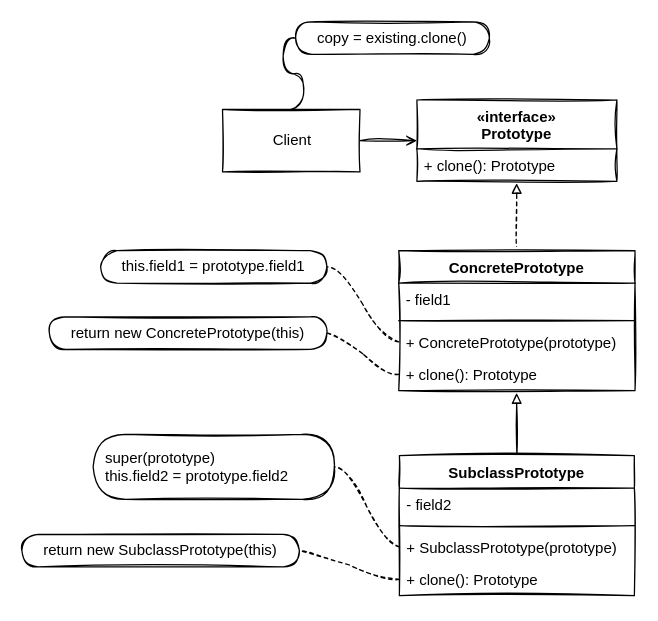
MangoPomelo/DesignPatternPractice keeps this draw.io diagram as page "Standard" (1 of 2) of src/04-Prototype/UML.drawio. Above is the earlier version. Source tidied: cells renumbered, new cells numbered last; positions are measured from the earlier drawing's top-left corner, leaving out a move shared by most shapes. Both pictures are drawn from the tidied source at 125%, with x=0, y=0 at pixel (21, 21).
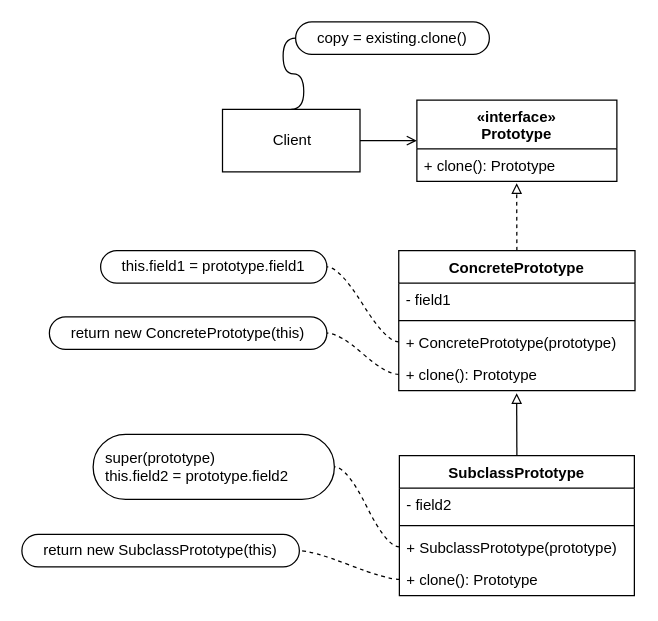
The same diagram, later.

What changed in the source:
```diff
@@
-    <mxCell id="2" style="edgeStyle=none;sketch=1;html=1;exitX=1;exitY=0.5;exitDx=0;exitDy=0;startArrow=none;startFill=0;endArrow=open;endFill=0;" parent="1" edge="1" source="3" target="6">
+    <mxCell id="2" style="edgeStyle=none;html=1;exitX=1;exitY=0.5;exitDx=0;exitDy=0;startArrow=none;startFill=0;endArrow=open;endFill=0;" parent="1" edge="1" source="3" target="6">
       <mxGeometry relative="1" as="geometry" />
     </mxCell>
-    <mxCell id="3" value="Client" style="html=1;sketch=1;" parent="1" vertex="1">
+    <mxCell id="3" value="Client" style="html=1;" parent="1" vertex="1">
       <mxGeometry x="160.5" y="70" width="110" height="50" as="geometry" />
     </mxCell>
-    <mxCell id="4" value="copy = existing.clone()" style="whiteSpace=wrap;html=1;rounded=1;arcSize=50;align=center;verticalAlign=middle;strokeWidth=1;spacing=4;newEdgeStyle={&quot;edgeStyle&quot;:&quot;entityRelationEdgeStyle&quot;,&quot;startArrow&quot;:&quot;none&quot;,&quot;endArrow&quot;:&quot;none&quot;,&quot;segment&quot;:10,&quot;curved&quot;:1};sketch=1;" parent="1" vertex="1">
+    <mxCell id="4" value="copy = existing.clone()" style="whiteSpace=wrap;html=1;rounded=1;arcSize=50;align=center;verticalAlign=middle;strokeWidth=1;spacing=4;newEdgeStyle={&quot;edgeStyle&quot;:&quot;entityRelationEdgeStyle&quot;,&quot;startArrow&quot;:&quot;none&quot;,&quot;endArrow&quot;:&quot;none&quot;,&quot;segment&quot;:10,&quot;curved&quot;:1};" parent="1" vertex="1">
       <mxGeometry x="219" width="155" height="26" as="geometry" />
     </mxCell>
-    <mxCell id="5" style="edgeStyle=entityRelationEdgeStyle;startArrow=none;endArrow=none;segment=10;curved=1;sketch=1;entryX=0;entryY=0.5;entryDx=0;entryDy=0;exitX=0.5;exitY=0;exitDx=0;exitDy=0;" parent="1" edge="1" source="3" target="4">
+    <mxCell id="5" style="edgeStyle=entityRelationEdgeStyle;startArrow=none;endArrow=none;segment=10;curved=1;entryX=0;entryY=0.5;entryDx=0;entryDy=0;exitX=0.5;exitY=0;exitDx=0;exitDy=0;" parent="1" edge="1" source="3" target="4">
       <mxGeometry relative="1" as="geometry" />
     </mxCell>
-    <mxCell id="6" value="«interface»&#10;Prototype" style="swimlane;fontStyle=1;align=center;verticalAlign=top;horizontal=1;startSize=39;sketch=1;" parent="1" vertex="1">
+    <mxCell id="6" value="«interface»&#10;Prototype" style="swimlane;fontStyle=1;align=center;verticalAlign=top;horizontal=1;startSize=39;" parent="1" vertex="1">
       <mxGeometry x="316" y="62.5" width="160" height="65" as="geometry" />
     </mxCell>
-    <mxCell id="7" value="+ clone(): Prototype" style="text;strokeColor=none;fillColor=none;align=left;verticalAlign=top;spacingLeft=4;spacingRight=4;overflow=hidden;points=[[0,0.5],[1,0.5]];portConstraint=eastwest;sketch=1;" parent="6" vertex="1">
+    <mxCell id="7" value="+ clone(): Prototype" style="text;strokeColor=none;fillColor=none;align=left;verticalAlign=top;spacingLeft=4;spacingRight=4;overflow=hidden;points=[[0,0.5],[1,0.5]];portConstraint=eastwest;" parent="6" vertex="1">
       <mxGeometry y="39" width="160" height="26" as="geometry" />
     </mxCell>
-    <mxCell id="8" style="edgeStyle=none;sketch=1;html=1;exitX=0.5;exitY=0;exitDx=0;exitDy=0;entryX=0.499;entryY=1.058;entryDx=0;entryDy=0;entryPerimeter=0;startArrow=none;startFill=0;endArrow=block;endFill=0;dashed=1;" parent="1" edge="1" source="9" target="7">
+    <mxCell id="8" style="edgeStyle=none;html=1;exitX=0.5;exitY=0;exitDx=0;exitDy=0;entryX=0.499;entryY=1.058;entryDx=0;entryDy=0;entryPerimeter=0;startArrow=none;startFill=0;endArrow=block;endFill=0;dashed=1;" parent="1" edge="1" source="9" target="7">
       <mxGeometry relative="1" as="geometry" />
     </mxCell>
-    <mxCell id="9" value="ConcretePrototype" style="swimlane;fontStyle=1;align=center;verticalAlign=top;horizontal=1;startSize=26;sketch=1;" parent="1" vertex="1">
+    <mxCell id="9" value="ConcretePrototype" style="swimlane;fontStyle=1;align=center;verticalAlign=top;horizontal=1;startSize=26;" parent="1" vertex="1">
       <mxGeometry x="301.5" y="183" width="189" height="112" as="geometry" />
     </mxCell>
-    <mxCell id="10" value="- field1" style="text;strokeColor=none;fillColor=none;align=left;verticalAlign=top;spacingLeft=4;spacingRight=4;overflow=hidden;sketch=1;" parent="9" vertex="1">
+    <mxCell id="10" value="- field1" style="text;strokeColor=none;fillColor=none;align=left;verticalAlign=top;spacingLeft=4;spacingRight=4;overflow=hidden;" parent="9" vertex="1">
       <mxGeometry y="26" width="189" height="26" as="geometry" />
     </mxCell>
-    <mxCell id="11" style="line;strokeWidth=1;fillColor=none;align=left;verticalAlign=middle;spacingTop=-1;spacingLeft=3;spacingRight=3;labelPosition=right;sketch=1;" parent="9" vertex="1">
+    <mxCell id="11" style="line;strokeWidth=1;fillColor=none;align=left;verticalAlign=middle;spacingTop=-1;spacingLeft=3;spacingRight=3;labelPosition=right;" parent="9" vertex="1">
       <mxGeometry y="52" width="189" height="8" as="geometry" />
     </mxCell>
-    <mxCell id="12" value="+ ConcretePrototype(prototype)" style="text;strokeColor=none;fillColor=none;align=left;verticalAlign=top;spacingLeft=4;spacingRight=4;overflow=hidden;points=[[0,0.5],[1,0.5]];portConstraint=eastwest;sketch=1;" parent="9" vertex="1">
+    <mxCell id="12" value="+ ConcretePrototype(prototype)" style="text;strokeColor=none;fillColor=none;align=left;verticalAlign=top;spacingLeft=4;spacingRight=4;overflow=hidden;points=[[0,0.5],[1,0.5]];portConstraint=eastwest;" parent="9" vertex="1">
       <mxGeometry y="60" width="189" height="26" as="geometry" />
     </mxCell>
-    <mxCell id="13" value="+ clone(): Prototype" style="text;strokeColor=none;fillColor=none;align=left;verticalAlign=top;spacingLeft=4;spacingRight=4;overflow=hidden;points=[[0,0.5],[1,0.5]];portConstraint=eastwest;sketch=1;" parent="9" vertex="1">
+    <mxCell id="13" value="+ clone(): Prototype" style="text;strokeColor=none;fillColor=none;align=left;verticalAlign=top;spacingLeft=4;spacingRight=4;overflow=hidden;points=[[0,0.5],[1,0.5]];portConstraint=eastwest;" parent="9" vertex="1">
       <mxGeometry y="86" width="189" height="26" as="geometry" />
     </mxCell>
-    <mxCell id="14" value="this.field1 = prototype.field1" style="whiteSpace=wrap;html=1;rounded=1;arcSize=50;align=center;verticalAlign=middle;strokeWidth=1;spacing=4;newEdgeStyle={&quot;edgeStyle&quot;:&quot;entityRelationEdgeStyle&quot;,&quot;startArrow&quot;:&quot;none&quot;,&quot;endArrow&quot;:&quot;none&quot;,&quot;segment&quot;:10,&quot;curved&quot;:1};sketch=1;" parent="1" vertex="1">
+    <mxCell id="14" value="this.field1 = prototype.field1" style="whiteSpace=wrap;html=1;rounded=1;arcSize=50;align=center;verticalAlign=middle;strokeWidth=1;spacing=4;newEdgeStyle={&quot;edgeStyle&quot;:&quot;entityRelationEdgeStyle&quot;,&quot;startArrow&quot;:&quot;none&quot;,&quot;endArrow&quot;:&quot;none&quot;,&quot;segment&quot;:10,&quot;curved&quot;:1};" parent="1" vertex="1">
       <mxGeometry x="63" y="183" width="181" height="26" as="geometry" />
     </mxCell>
-    <mxCell id="15" style="edgeStyle=entityRelationEdgeStyle;startArrow=none;endArrow=none;segment=10;curved=1;dashed=1;sketch=1;exitX=0;exitY=0.5;exitDx=0;exitDy=0;" parent="1" edge="1" source="12" target="14">
+    <mxCell id="15" style="edgeStyle=entityRelationEdgeStyle;startArrow=none;endArrow=none;segment=10;curved=1;dashed=1;exitX=0;exitY=0.5;exitDx=0;exitDy=0;" parent="1" edge="1" source="12" target="14">
       <mxGeometry relative="1" as="geometry" />
     </mxCell>
-    <mxCell id="16" value="return new ConcretePrototype(this)" style="whiteSpace=wrap;html=1;rounded=1;arcSize=50;align=center;verticalAlign=middle;strokeWidth=1;spacing=4;newEdgeStyle={&quot;edgeStyle&quot;:&quot;entityRelationEdgeStyle&quot;,&quot;startArrow&quot;:&quot;none&quot;,&quot;endArrow&quot;:&quot;none&quot;,&quot;segment&quot;:10,&quot;curved&quot;:1};sketch=1;" parent="1" vertex="1">
+    <mxCell id="16" value="return new ConcretePrototype(this)" style="whiteSpace=wrap;html=1;rounded=1;arcSize=50;align=center;verticalAlign=middle;strokeWidth=1;spacing=4;newEdgeStyle={&quot;edgeStyle&quot;:&quot;entityRelationEdgeStyle&quot;,&quot;startArrow&quot;:&quot;none&quot;,&quot;endArrow&quot;:&quot;none&quot;,&quot;segment&quot;:10,&quot;curved&quot;:1};" parent="1" vertex="1">
       <mxGeometry x="22" y="236" width="222" height="26" as="geometry" />
     </mxCell>
-    <mxCell id="17" style="edgeStyle=entityRelationEdgeStyle;startArrow=none;endArrow=none;segment=10;curved=1;dashed=1;sketch=1;exitX=0;exitY=0.5;exitDx=0;exitDy=0;" parent="1" edge="1" source="13" target="16">
+    <mxCell id="17" style="edgeStyle=entityRelationEdgeStyle;startArrow=none;endArrow=none;segment=10;curved=1;dashed=1;exitX=0;exitY=0.5;exitDx=0;exitDy=0;" parent="1" edge="1" source="13" target="16">
       <mxGeometry relative="1" as="geometry" />
     </mxCell>
-    <mxCell id="18" style="edgeStyle=none;sketch=1;html=1;exitX=0.5;exitY=0;exitDx=0;exitDy=0;entryX=0.499;entryY=1.077;entryDx=0;entryDy=0;entryPerimeter=0;startArrow=none;startFill=0;endArrow=block;endFill=0;" parent="1" edge="1" source="19" target="13">
+    <mxCell id="18" style="edgeStyle=none;html=1;exitX=0.5;exitY=0;exitDx=0;exitDy=0;entryX=0.499;entryY=1.077;entryDx=0;entryDy=0;entryPerimeter=0;startArrow=none;startFill=0;endArrow=block;endFill=0;" parent="1" edge="1" source="19" target="13">
       <mxGeometry relative="1" as="geometry" />
     </mxCell>
-    <mxCell id="19" value="SubclassPrototype" style="swimlane;fontStyle=1;align=center;verticalAlign=top;horizontal=1;startSize=26;sketch=1;" parent="1" vertex="1">
+    <mxCell id="19" value="SubclassPrototype" style="swimlane;fontStyle=1;align=center;verticalAlign=top;horizontal=1;startSize=26;" parent="1" vertex="1">
       <mxGeometry x="302" y="347" width="188" height="112" as="geometry" />
     </mxCell>
-    <mxCell id="20" value="- field2" style="text;strokeColor=none;fillColor=none;align=left;verticalAlign=top;spacingLeft=4;spacingRight=4;overflow=hidden;sketch=1;" parent="19" vertex="1">
+    <mxCell id="20" value="- field2" style="text;strokeColor=none;fillColor=none;align=left;verticalAlign=top;spacingLeft=4;spacingRight=4;overflow=hidden;" parent="19" vertex="1">
       <mxGeometry y="26" width="188" height="26" as="geometry" />
     </mxCell>
-    <mxCell id="21" style="line;strokeWidth=1;fillColor=none;align=left;verticalAlign=middle;spacingTop=-1;spacingLeft=3;spacingRight=3;labelPosition=right;sketch=1;" parent="19" vertex="1">
+    <mxCell id="21" style="line;strokeWidth=1;fillColor=none;align=left;verticalAlign=middle;spacingTop=-1;spacingLeft=3;spacingRight=3;labelPosition=right;" parent="19" vertex="1">
       <mxGeometry y="52" width="188" height="8" as="geometry" />
     </mxCell>
-    <mxCell id="22" value="+ SubclassPrototype(prototype)" style="text;strokeColor=none;fillColor=none;align=left;verticalAlign=top;spacingLeft=4;spacingRight=4;overflow=hidden;points=[[0,0.5],[1,0.5]];portConstraint=eastwest;sketch=1;" parent="19" vertex="1">
+    <mxCell id="22" value="+ SubclassPrototype(prototype)" style="text;strokeColor=none;fillColor=none;align=left;verticalAlign=top;spacingLeft=4;spacingRight=4;overflow=hidden;points=[[0,0.5],[1,0.5]];portConstraint=eastwest;" parent="19" vertex="1">
       <mxGeometry y="60" width="188" height="26" as="geometry" />
     </mxCell>
-    <mxCell id="23" value="+ clone(): Prototype" style="text;strokeColor=none;fillColor=none;align=left;verticalAlign=top;spacingLeft=4;spacingRight=4;overflow=hidden;points=[[0,0.5],[1,0.5]];portConstraint=eastwest;sketch=1;" parent="19" vertex="1">
+    <mxCell id="23" value="+ clone(): Prototype" style="text;strokeColor=none;fillColor=none;align=left;verticalAlign=top;spacingLeft=4;spacingRight=4;overflow=hidden;points=[[0,0.5],[1,0.5]];portConstraint=eastwest;" parent="19" vertex="1">
       <mxGeometry y="86" width="188" height="26" as="geometry" />
     </mxCell>
-    <mxCell id="24" value="super(prototype)&lt;br&gt;this.field2 = prototype.field2" style="whiteSpace=wrap;html=1;rounded=1;arcSize=50;align=left;verticalAlign=middle;strokeWidth=1;spacing=10;newEdgeStyle={&quot;edgeStyle&quot;:&quot;entityRelationEdgeStyle&quot;,&quot;startArrow&quot;:&quot;none&quot;,&quot;endArrow&quot;:&quot;none&quot;,&quot;segment&quot;:10,&quot;curved&quot;:1};sketch=1;" parent="1" vertex="1">
+    <mxCell id="24" value="super(prototype)&lt;br&gt;this.field2 = prototype.field2" style="whiteSpace=wrap;html=1;rounded=1;arcSize=50;align=left;verticalAlign=middle;strokeWidth=1;spacing=10;newEdgeStyle={&quot;edgeStyle&quot;:&quot;entityRelationEdgeStyle&quot;,&quot;startArrow&quot;:&quot;none&quot;,&quot;endArrow&quot;:&quot;none&quot;,&quot;segment&quot;:10,&quot;curved&quot;:1};" parent="1" vertex="1">
       <mxGeometry x="57" y="330" width="193" height="52" as="geometry" />
     </mxCell>
-    <mxCell id="25" style="edgeStyle=entityRelationEdgeStyle;startArrow=none;endArrow=none;segment=10;curved=1;dashed=1;sketch=1;exitX=0;exitY=0.5;exitDx=0;exitDy=0;" parent="1" edge="1" source="22" target="24">
+    <mxCell id="25" style="edgeStyle=entityRelationEdgeStyle;startArrow=none;endArrow=none;segment=10;curved=1;dashed=1;exitX=0;exitY=0.5;exitDx=0;exitDy=0;" parent="1" edge="1" source="22" target="24">
       <mxGeometry relative="1" as="geometry" />
     </mxCell>
-    <mxCell id="26" value="return new SubclassPrototype(this)" style="whiteSpace=wrap;html=1;rounded=1;arcSize=50;align=center;verticalAlign=middle;strokeWidth=1;spacing=4;newEdgeStyle={&quot;edgeStyle&quot;:&quot;entityRelationEdgeStyle&quot;,&quot;startArrow&quot;:&quot;none&quot;,&quot;endArrow&quot;:&quot;none&quot;,&quot;segment&quot;:10,&quot;curved&quot;:1};sketch=1;" parent="1" vertex="1">
+    <mxCell id="26" value="return new SubclassPrototype(this)" style="whiteSpace=wrap;html=1;rounded=1;arcSize=50;align=center;verticalAlign=middle;strokeWidth=1;spacing=4;newEdgeStyle={&quot;edgeStyle&quot;:&quot;entityRelationEdgeStyle&quot;,&quot;startArrow&quot;:&quot;none&quot;,&quot;endArrow&quot;:&quot;none&quot;,&quot;segment&quot;:10,&quot;curved&quot;:1};" parent="1" vertex="1">
       <mxGeometry y="410" width="222" height="26" as="geometry" />
     </mxCell>
-    <mxCell id="27" style="edgeStyle=entityRelationEdgeStyle;startArrow=none;endArrow=none;segment=10;curved=1;dashed=1;sketch=1;exitX=0;exitY=0.5;exitDx=0;exitDy=0;" parent="1" edge="1" source="23" target="26">
+    <mxCell id="27" style="edgeStyle=entityRelationEdgeStyle;startArrow=none;endArrow=none;segment=10;curved=1;dashed=1;exitX=0;exitY=0.5;exitDx=0;exitDy=0;" parent="1" edge="1" source="23" target="26">
       <mxGeometry relative="1" as="geometry" />
     </mxCell>
```
